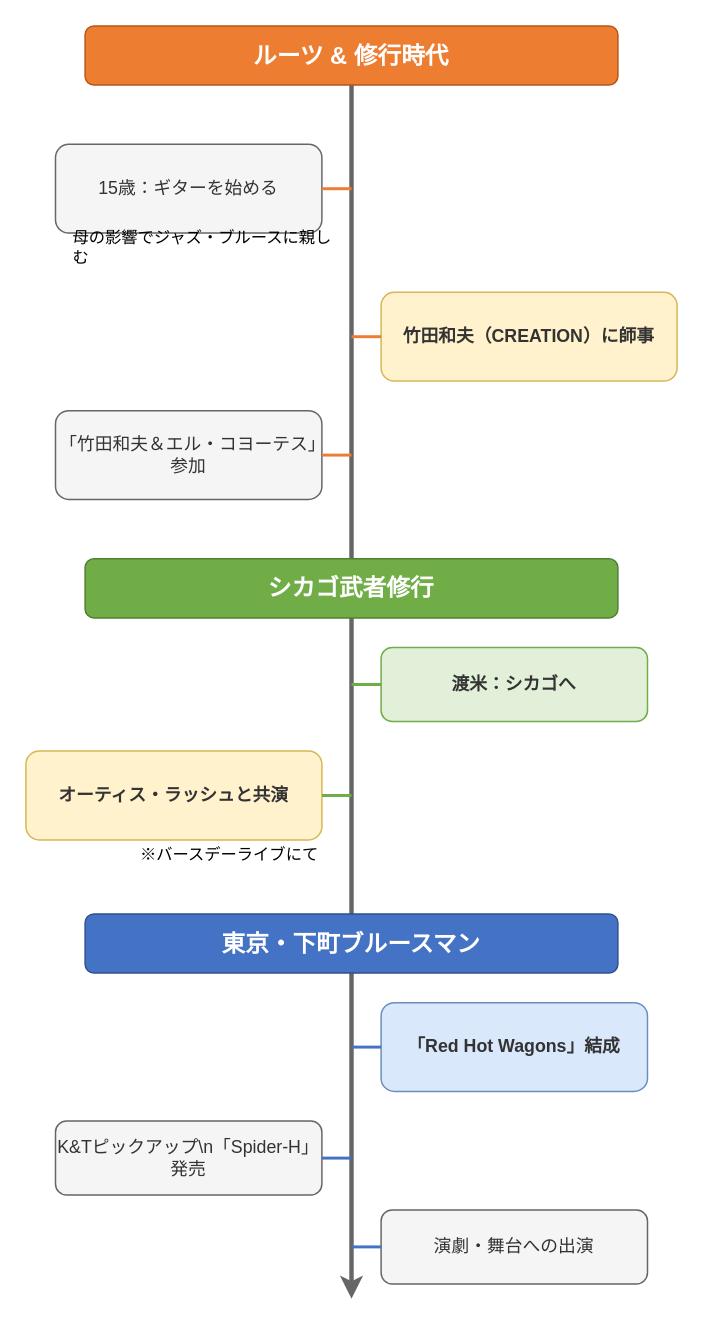
ledboots624/spider-tetsu-research keeps this draw.io diagram as data/timeline.drawio. Above is the earlier version. Source tidied: cells renumbered, new cells numbered last; positions are measured from the earlier drawing's top-left corner, leaving out a move shared by most shapes. Both pictures are drawn from the tidied source at 148%, with x=0, y=0 at pixel (25, 25).
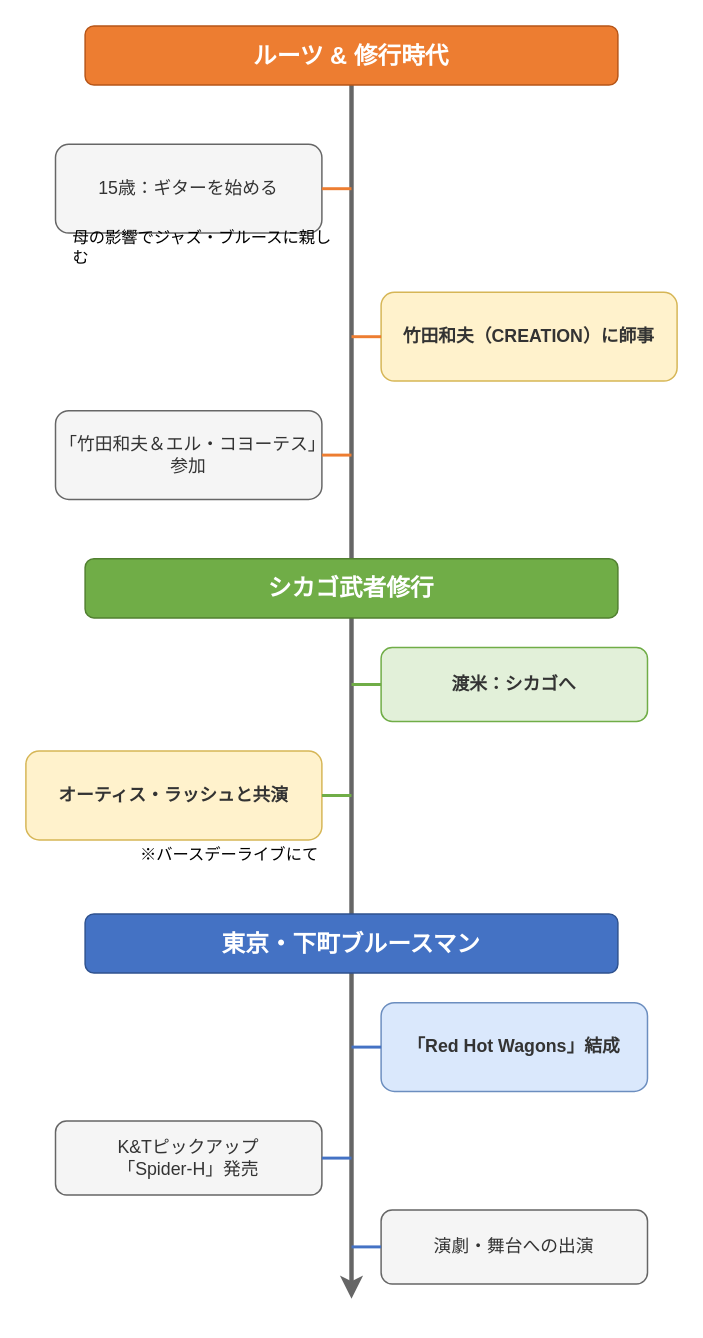
Above is the later version.

Diff of the diagram source:
```diff
@@
-    <mxCell id="20" value="K&amp;Tピックアップ\n「Spider-H」発売" style="rounded=1;whiteSpace=wrap;html=1;fillColor=#F5F5F5;strokeColor=#666666;fontColor=#333333;" parent="1" vertex="1">
+    <mxCell id="20" value="K&amp;Tピックアップ&#10;「Spider-H」発売" style="rounded=1;whiteSpace=wrap;html=1;fillColor=#F5F5F5;strokeColor=#666666;fontColor=#333333;" parent="1" vertex="1">
       <mxGeometry x="20" y="740" width="180" height="50" as="geometry" />
     </mxCell>
```
